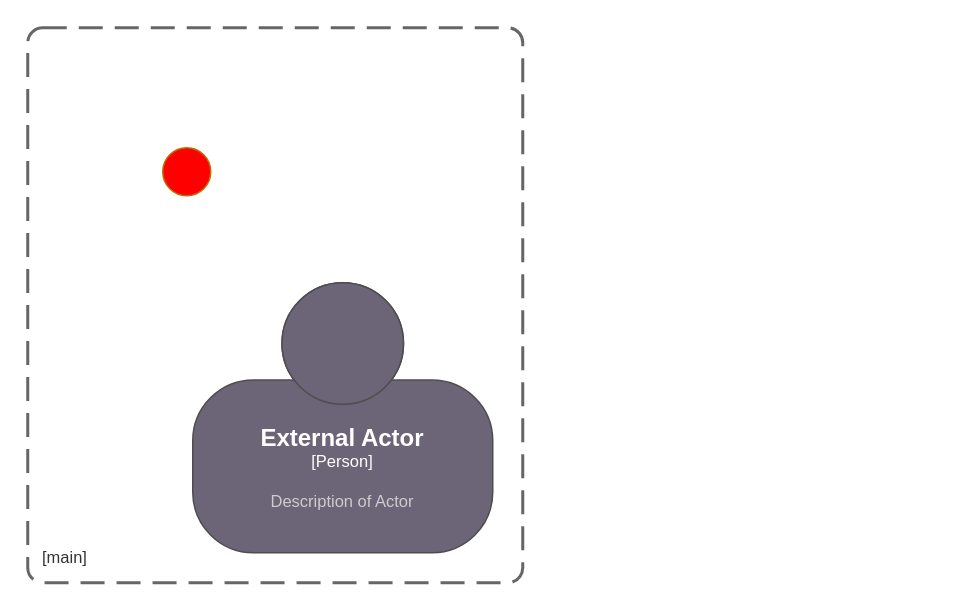
This is c4 main test.drawio from sam-mit/c4, a draw.io file, before an edit. Source tidied: cells renumbered, new cells numbered last; positions are measured from the earlier drawing's top-left corner, leaving out a move shared by most shapes. Both pictures are drawn from the tidied source at 150%, with x=0, y=0 at pixel (27, 27).
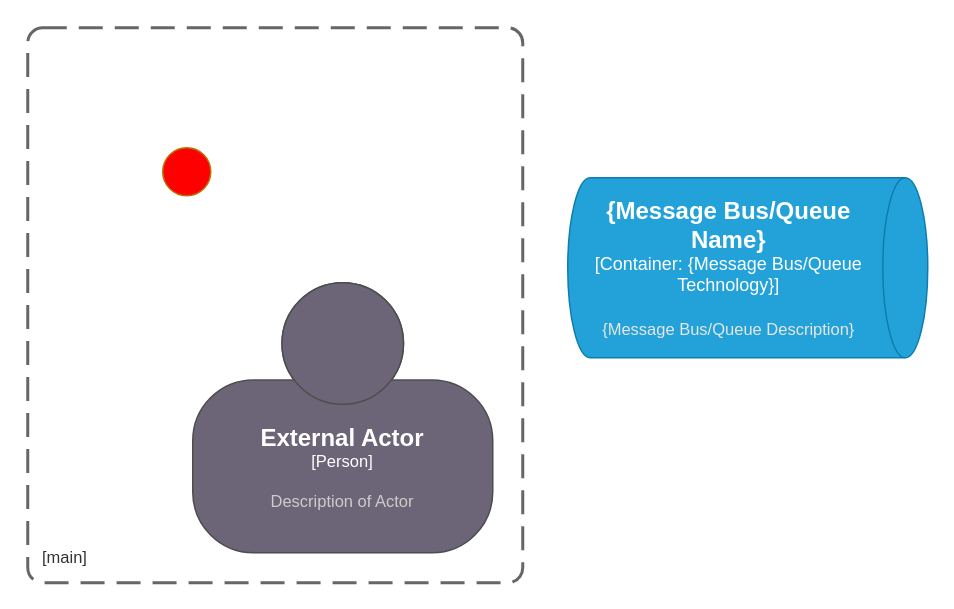
Above is the later version.

What changed in the source:
```diff
@@
 <mxGraphModel>
   <root>
     <mxCell id="0" />
     <mxCell id="1" parent="0" />
     <object id="2" label="&lt;font style=&quot;font-size: 16px&quot;&gt;&lt;b&gt;&lt;div style=&quot;text-align: left&quot;&gt;%c4Name%&lt;/div&gt;&lt;/b&gt;&lt;/font&gt;&lt;div style=&quot;text-align: left&quot;&gt;[%c4Application%]&lt;/div&gt;" c4Application="main" c4Name="" placeholders="1">
       <mxCell style="rounded=1;fontSize=11;whiteSpace=wrap;html=1;dashed=1;arcSize=20;fillColor=none;strokeColor=#666666;fontColor=#333333;labelBackgroundColor=none;align=left;verticalAlign=bottom;labelBorderColor=none;spacingTop=0;spacing=10;dashPattern=8 4;perimeter=rectanglePerimeter;noLabel=0;labelPadding=0;absoluteArcSize=1;strokeWidth=2;" parent="1" vertex="1">
         <mxGeometry width="330" height="370" as="geometry" />
       </mxCell>
     </object>
     <object id="3" label="&lt;font style=&quot;font-size: 16px&quot;&gt;&lt;b&gt;%c4Name%&lt;/b&gt;&lt;/font&gt;&lt;div&gt;[%c4Type%]&lt;/div&gt;&lt;br&gt;&lt;div&gt;&lt;font style=&quot;font-size: 11px&quot;&gt;&lt;font color=&quot;#cccccc&quot;&gt;%c4Description%&lt;/font&gt;&lt;/div&gt;" c4Description="Description of Actor" c4Name="External Actor" c4Type="Person" placeholders="1">
       <mxCell style="html=1;fontSize=11;dashed=0;whiteSpace=wrap;fillColor=#6C6477;strokeColor=#4D4D4D;fontColor=#ffffff;shape=mxgraph.c4.person2;align=center;" parent="1" vertex="1">
         <mxGeometry x="110" y="170" width="200" height="180" as="geometry" />
       </mxCell>
     </object>
     <mxCell id="4" style="ellipse;whiteSpace=wrap;html=1;fillColor=#FF0000;fontColor=#000000;strokeColor=#BD7000;" parent="1" vertex="1">
       <mxGeometry x="90" y="80" width="32" height="32" as="geometry" />
     </mxCell>
+    <object id="5" label="&lt;font style=&quot;font-size: 16px&quot;&gt;&lt;b&gt;%c4Type%&lt;/b&gt;&lt;/font&gt;&lt;div&gt;[%c4Container%:&amp;nbsp;%c4Technology%]&lt;/div&gt;&lt;br&gt;&lt;div&gt;&lt;font style=&quot;font-size: 11px&quot;&gt;&lt;font color=&quot;#E6E6E6&quot;&gt;%c4Description%&lt;/font&gt;&lt;/div&gt;" c4Container="Container" c4Description="{Message Bus/Queue Description}" c4Technology="{Message Bus/Queue Technology}" c4Type="{Message Bus/Queue Name}" placeholders="1">
+      <mxCell style="shape=cylinder3;size=15;direction=south;whiteSpace=wrap;html=1;boundedLbl=1;rounded=0;labelBackgroundColor=none;fillColor=#23A2D9;fontSize=12;fontColor=#ffffff;align=center;strokeColor=#0E7DAD;" parent="1" vertex="1">
+        <mxGeometry x="360" y="100" width="240" height="120" as="geometry" />
+      </mxCell>
+    </object>
   </root>
 </mxGraphModel>
```
